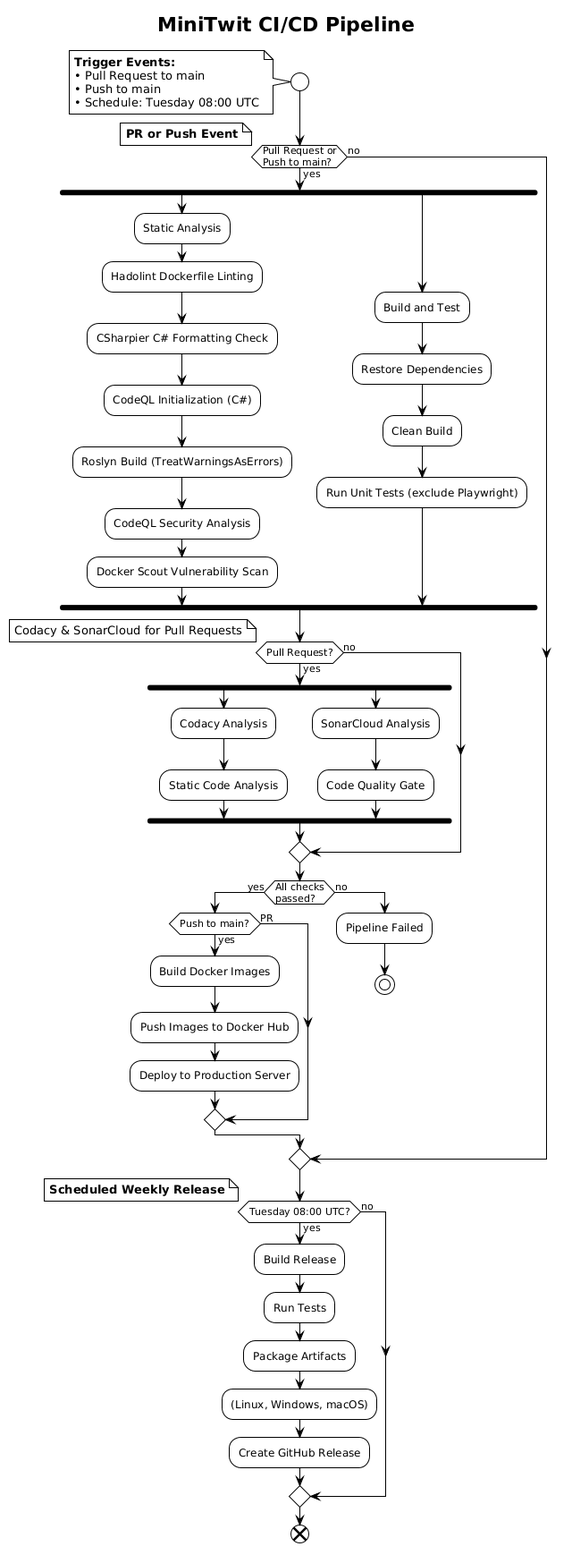
Before: report/images/CI-CD.png, a diagram exported from PlantUML (Itu-DevOps-2026/ITU-MiniTwit).
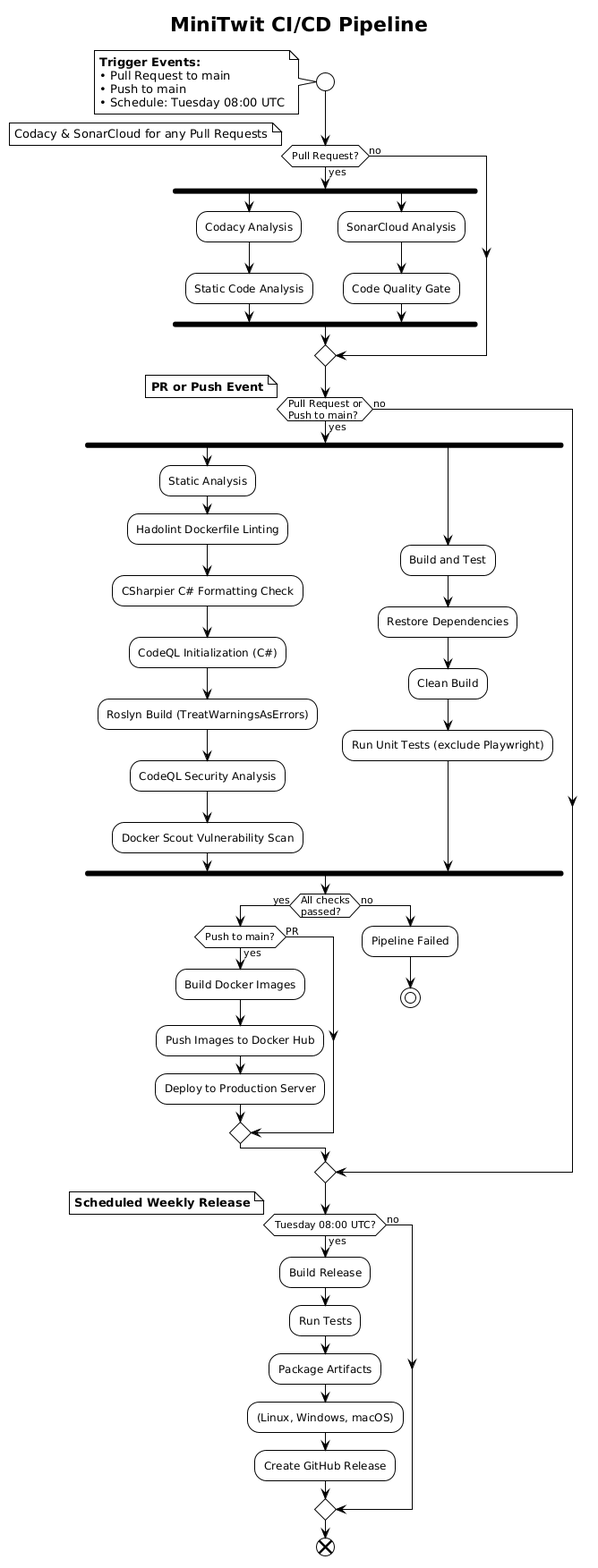
After the change.

Diff of the diagram source:
```diff
@@ -10,6 +10,20 @@
   • Push to main
   • Schedule: Tuesday 08:00 UTC
 end note
+
+if (Pull Request?) then (yes)
+  fork
+    :Codacy Analysis;
+    :Static Code Analysis;
+  fork again
+    :SonarCloud Analysis;
+    :Code Quality Gate;
+  end fork
+else (no)
+  note right
+    Codacy & SonarCloud for any Pull Requests
+  end note
+endif
 
 if (Pull Request or\nPush to main?) then (yes)
   note left
@@ -30,20 +44,6 @@
     :Clean Build;
     :Run Unit Tests (exclude Playwright);
   end fork
-
-  if (Pull Request?) then (yes)
-    fork
-      :Codacy Analysis;
-      :Static Code Analysis;
-    fork again
-      :SonarCloud Analysis;
-      :Code Quality Gate;
-    end fork
-  else (no)
-    note right
-      Codacy & SonarCloud for Pull Requests
-    end note
-  endif
 
   if (All checks\npassed?) then (yes)
     if (Push to main?) then (yes)
```
